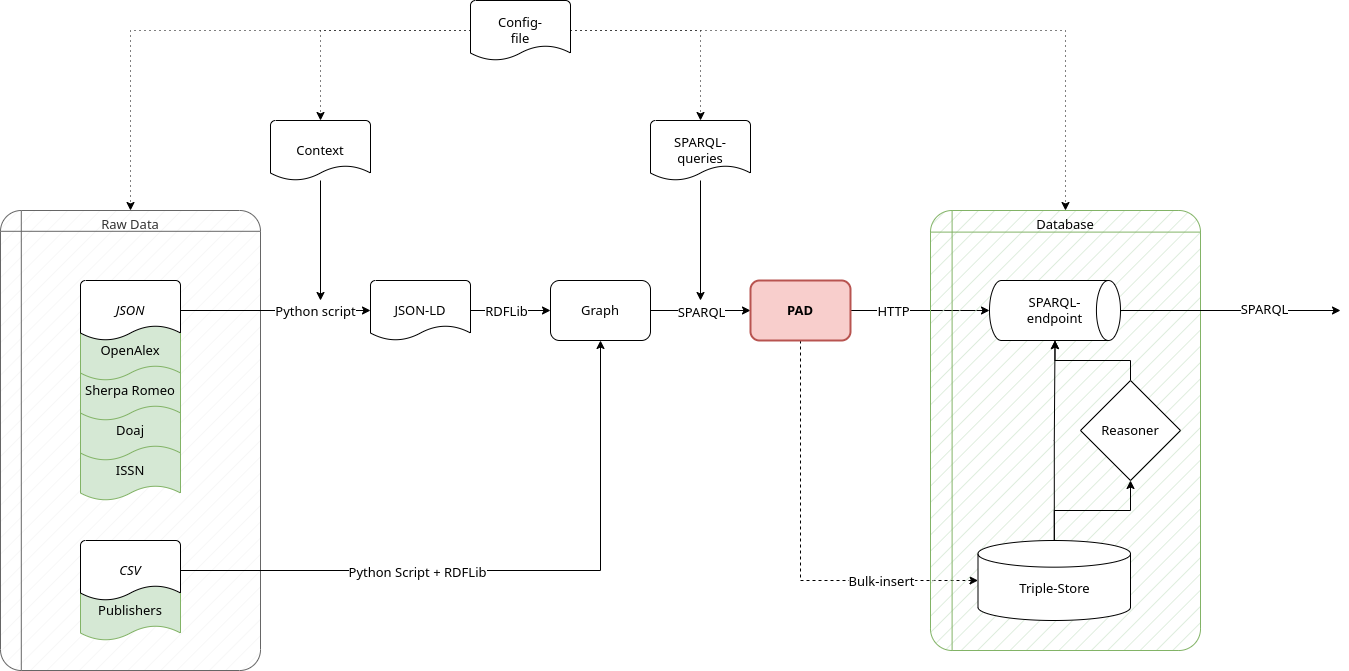
Before: docs/job_prototype-Translation.drawio.png, a diagram exported from draw.io (CWTSLeiden/Journal-Observatory-data). Source tidied: cells renumbered, new cells last; positions are measured from the earlier drawing's top-left corner, leaving out a move shared by most shapes.
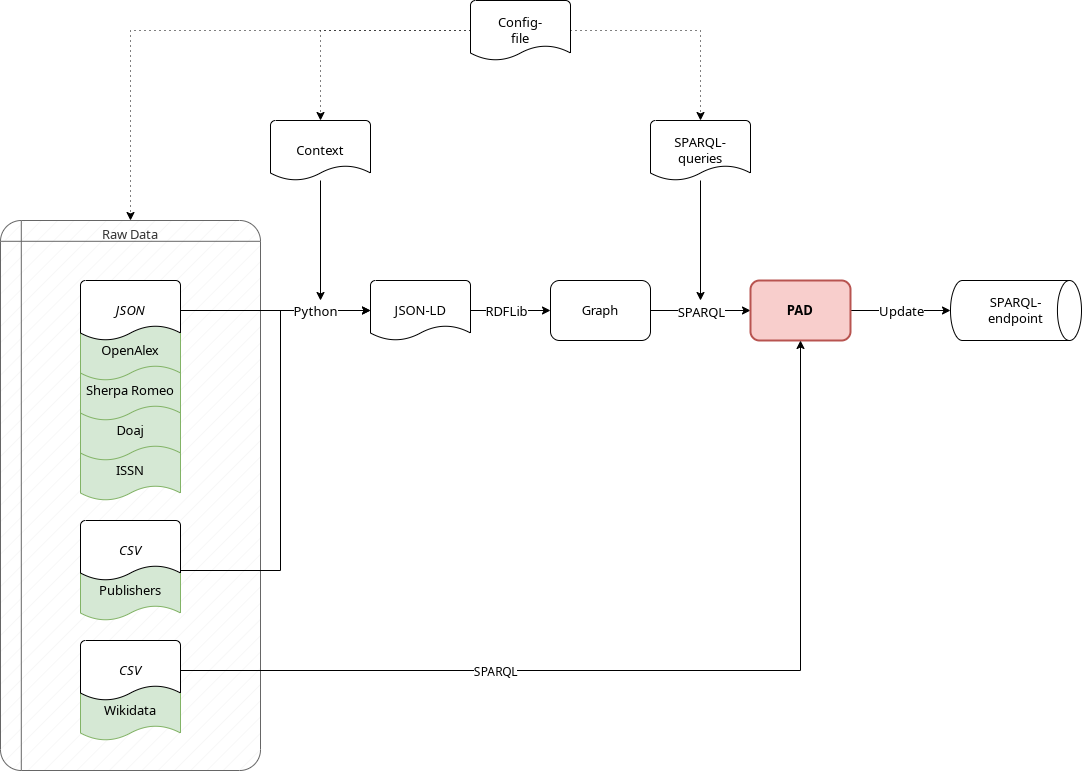
After the change.

Diff of the diagram source:
```diff
@@ -3,19 +3,11 @@
     <mxCell id="0" />
     <mxCell id="1" parent="0" />
     <mxCell id="2" value="&lt;div style=&quot;font-size: 13px;&quot;&gt;&lt;span style=&quot;background-color: initial; font-size: 13px;&quot;&gt;Raw Data&lt;/span&gt;&lt;/div&gt;" style="shape=internalStorage;whiteSpace=wrap;html=1;dx=15;dy=15;rounded=1;arcSize=8;strokeWidth=1;fontFamily=Helvetica;fontSize=13;align=center;verticalAlign=top;fillColor=#f5f5f5;fillStyle=hatch;strokeColor=#666666;fontColor=#333333;fontStyle=0;" parent="1" vertex="1">
-      <mxGeometry y="210" width="260" height="460" as="geometry" />
+      <mxGeometry y="220" width="260" height="550" as="geometry" />
     </mxCell>
     <mxCell id="3" value="Publishers" style="strokeWidth=1;html=1;shape=mxgraph.flowchart.document2;whiteSpace=wrap;size=0.25;fontFamily=Helvetica;fontSize=13;fontStyle=0;fillColor=#d5e8d4;strokeColor=#82b366;" parent="1" vertex="1">
-      <mxGeometry x="80" y="580" width="100" height="60" as="geometry" />
+      <mxGeometry x="80" y="560" width="100" height="60" as="geometry" />
     </mxCell>
-    <mxCell id="4" style="edgeStyle=orthogonalEdgeStyle;rounded=0;jettySize=auto;html=1;fontFamily=Helvetica;fontSize=13;fontStyle=0;" parent="1" edge="1" source="41" target="10">
-      <mxGeometry relative="1" as="geometry" />
-    </mxCell>
-    <mxCell id="5" value="Python script" style="edgeLabel;html=1;align=center;verticalAlign=middle;fontSize=13;fontFamily=Helvetica;fontStyle=0;" parent="4" vertex="1">
-      <mxGeometry x="0.3" relative="1" as="geometry">
-        <mxPoint x="10" as="offset" />
-      </mxGeometry>
-    </mxCell>
     <mxCell id="6" style="edgeStyle=orthogonalEdgeStyle;rounded=0;jettySize=auto;html=1;fontFamily=Helvetica;fontSize=13;fontStyle=0;" parent="1" edge="1" source="7">
       <mxGeometry relative="1" as="geometry">
         <mxPoint x="320" y="300" as="targetPoint" />
@@ -49,9 +41,6 @@
     <mxCell id="14" style="edgeStyle=orthogonalEdgeStyle;rounded=0;jettySize=auto;html=1;fontFamily=Helvetica;fontSize=13;dashed=1;dashPattern=1 4;fontStyle=0;" parent="1" edge="1" source="18" target="2">
       <mxGeometry relative="1" as="geometry" />
     </mxCell>
-    <mxCell id="15" style="edgeStyle=orthogonalEdgeStyle;rounded=0;jettySize=auto;html=1;dashed=1;fontFamily=Helvetica;fontSize=13;dashPattern=1 4;fontStyle=0;" parent="1" edge="1" source="18" target="27">
-      <mxGeometry relative="1" as="geometry" />
-    </mxCell>
     <mxCell id="16" style="edgeStyle=orthogonalEdgeStyle;rounded=0;jettySize=auto;html=1;fontFamily=Helvetica;fontSize=13;dashed=1;dashPattern=1 4;fontStyle=0;" parent="1" edge="1" source="18" target="7">
       <mxGeometry relative="1" as="geometry" />
     </mxCell>
@@ -67,23 +56,11 @@
     <mxCell id="20" style="edgeStyle=orthogonalEdgeStyle;rounded=0;jettySize=auto;html=1;fontFamily=Helvetica;fontSize=13;fontStyle=0;" parent="1" edge="1" source="24" target="29">
       <mxGeometry relative="1" as="geometry" />
     </mxCell>
-    <mxCell id="21" value="HTTP" style="edgeLabel;html=1;align=center;verticalAlign=middle;fontSize=13;fontFamily=Helvetica;fontStyle=0;" parent="20" vertex="1">
+    <mxCell id="21" value="Update" style="edgeLabel;html=1;align=center;verticalAlign=middle;fontSize=13;fontFamily=Helvetica;fontStyle=0;" parent="20" vertex="1">
       <mxGeometry x="-0.25" y="2" relative="1" as="geometry">
-        <mxPoint x="-10" y="2" as="offset" />
+        <mxPoint x="12" y="2" as="offset" />
       </mxGeometry>
     </mxCell>
-    <mxCell id="22" style="edgeStyle=orthogonalEdgeStyle;rounded=0;jettySize=auto;html=1;fontFamily=Helvetica;fontSize=13;dashed=1;fontStyle=0;" parent="1" edge="1" source="24" target="28">
-      <mxGeometry relative="1" as="geometry">
-        <Array as="points">
-          <mxPoint x="800" y="580" />
-        </Array>
-      </mxGeometry>
-    </mxCell>
-    <mxCell id="23" value="Bulk-insert" style="edgeLabel;html=1;align=center;verticalAlign=middle;fontSize=13;fontFamily=Helvetica;fontStyle=0;" parent="22" vertex="1">
-      <mxGeometry x="0.13" y="-3" relative="1" as="geometry">
-        <mxPoint x="83" y="4" as="offset" />
-      </mxGeometry>
-    </mxCell>
     <mxCell id="24" value="PAD" style="rounded=1;whiteSpace=wrap;html=1;fontFamily=Helvetica;fontSize=13;strokeWidth=2;fontStyle=1;fillColor=#f8cecc;strokeColor=#b85450;" parent="1" vertex="1">
       <mxGeometry x="750" y="280" width="100" height="60" as="geometry" />
     </mxCell>
@@ -92,44 +69,16 @@
         <mxPoint x="700" y="300" as="targetPoint" />
       </mxGeometry>
     </mxCell>
-    <mxCell id="26" style="group;fontSize=13;fontStyle=0;" parent="1" vertex="1">
-      <mxGeometry x="930" y="210" width="270" height="440" as="geometry" />
-    </mxCell>
-    <mxCell id="27" value="&lt;div style=&quot;font-size: 13px;&quot;&gt;&lt;span style=&quot;background-color: initial; font-size: 13px;&quot;&gt;Database&lt;/span&gt;&lt;/div&gt;" style="shape=internalStorage;whiteSpace=wrap;html=1;dx=15;dy=15;rounded=1;arcSize=8;strokeWidth=1;fontFamily=Helvetica;fontSize=13;align=center;verticalAlign=top;fillColor=#d5e8d4;fillStyle=hatch;strokeColor=#82b366;fontStyle=0;" parent="26" vertex="1">
-      <mxGeometry width="270" height="440" as="geometry" />
-    </mxCell>
-    <mxCell id="28" value="&lt;br style=&quot;font-size: 13px;&quot;&gt;Triple-Store" style="strokeWidth=1;html=1;shape=mxgraph.flowchart.database;whiteSpace=wrap;fontFamily=Helvetica;fontSize=13;fontStyle=0;" parent="26" vertex="1">
-      <mxGeometry x="47.5" y="330" width="152.5" height="80" as="geometry" />
-    </mxCell>
-    <mxCell id="29" value="SPARQL-&lt;br style=&quot;font-size: 13px;&quot;&gt;endpoint" style="strokeWidth=1;html=1;shape=mxgraph.flowchart.direct_data;whiteSpace=wrap;fontFamily=Helvetica;fontSize=13;fillColor=default;fontStyle=0;" parent="26" vertex="1">
-      <mxGeometry x="59" y="70" width="131" height="60" as="geometry" />
-    </mxCell>
-    <mxCell id="30" style="edgeStyle=orthogonalEdgeStyle;rounded=0;jettySize=auto;html=1;fontFamily=Helvetica;fontSize=13;fontStyle=0;" parent="26" edge="1" source="28" target="29">
-      <mxGeometry relative="1" as="geometry" />
-    </mxCell>
-    <mxCell id="31" style="rounded=0;jettySize=auto;html=1;fontFamily=Helvetica;fontSize=13;edgeStyle=orthogonalEdgeStyle;fontStyle=0;" parent="26" edge="1" source="32" target="29">
-      <mxGeometry relative="1" as="geometry" />
-    </mxCell>
-    <mxCell id="32" value="Reasoner" style="strokeWidth=1;html=1;shape=mxgraph.flowchart.decision;whiteSpace=wrap;fillStyle=auto;fontFamily=Helvetica;fontSize=13;fontStyle=0;" parent="26" vertex="1">
-      <mxGeometry x="150" y="170" width="100" height="100" as="geometry" />
-    </mxCell>
-    <mxCell id="33" style="rounded=0;jettySize=auto;html=1;fontFamily=Helvetica;fontSize=13;edgeStyle=orthogonalEdgeStyle;fontStyle=0;" parent="26" edge="1" source="28" target="32">
-      <mxGeometry relative="1" as="geometry" />
-    </mxCell>
-    <mxCell id="34" style="edgeStyle=orthogonalEdgeStyle;rounded=0;jettySize=auto;html=1;fontFamily=Helvetica;fontSize=13;fontStyle=0;" parent="1" edge="1" source="36" target="13">
+    <mxCell id="34" style="edgeStyle=orthogonalEdgeStyle;rounded=0;jettySize=auto;html=1;fontFamily=Helvetica;fontSize=13;fontStyle=0;" parent="1" edge="1" source="36" target="10">
       <mxGeometry relative="1" as="geometry">
         <Array as="points">
-          <mxPoint x="600" y="570" />
+          <mxPoint x="280" y="570" />
+          <mxPoint x="280" y="310" />
         </Array>
       </mxGeometry>
     </mxCell>
-    <mxCell id="35" value="Python Script + RDFLib" style="edgeLabel;html=1;align=center;verticalAlign=middle;fontSize=13;fontFamily=Helvetica;fontStyle=0;" parent="34" vertex="1">
-      <mxGeometry x="-0.52" y="-1" relative="1" as="geometry">
-        <mxPoint x="80" as="offset" />
-      </mxGeometry>
-    </mxCell>
     <mxCell id="36" value="CSV" style="strokeWidth=1;html=1;shape=mxgraph.flowchart.document2;whiteSpace=wrap;size=0.25;fontFamily=Helvetica;fontSize=13;fontStyle=2;" parent="1" vertex="1">
-      <mxGeometry x="80" y="540" width="100" height="60" as="geometry" />
+      <mxGeometry x="80" y="520" width="100" height="60" as="geometry" />
     </mxCell>
     <mxCell id="37" value="ISSN" style="strokeWidth=1;html=1;shape=mxgraph.flowchart.document2;whiteSpace=wrap;size=0.25;fontFamily=Helvetica;fontSize=13;fontStyle=0;fillColor=#d5e8d4;strokeColor=#82b366;" parent="1" vertex="1">
       <mxGeometry x="80" y="440" width="100" height="60" as="geometry" />
@@ -146,13 +95,28 @@
     <mxCell id="41" value="JSON" style="strokeWidth=1;html=1;shape=mxgraph.flowchart.document2;whiteSpace=wrap;size=0.25;fontFamily=Helvetica;fontSize=13;fontStyle=2;" parent="1" vertex="1">
       <mxGeometry x="80" y="280" width="100" height="60" as="geometry" />
     </mxCell>
-    <mxCell id="42" style="edgeStyle=orthogonalEdgeStyle;rounded=0;jettySize=auto;html=1;fontSize=13;" parent="1" edge="1" source="29">
-      <mxGeometry relative="1" as="geometry">
-        <mxPoint x="1340" y="310" as="targetPoint" />
-      </mxGeometry>
-    </mxCell>
+    <mxCell id="44" value="Wikidata" style="strokeWidth=1;html=1;shape=mxgraph.flowchart.document2;whiteSpace=wrap;size=0.25;fontFamily=Helvetica;fontSize=13;fontStyle=0;fillColor=#d5e8d4;strokeColor=#82b366;" parent="1" vertex="1">
+      <mxGeometry x="80" y="680" width="100" height="60" as="geometry" />
+    </mxCell>
+    <mxCell id="45" style="edgeStyle=orthogonalEdgeStyle;rounded=0;jettySize=auto;html=1;" parent="1" edge="1" source="46" target="24">
+      <mxGeometry relative="1" as="geometry" />
+    </mxCell>
-    <mxCell id="43" value="SPARQL" style="edgeLabel;html=1;align=center;verticalAlign=middle;fontSize=13;" parent="42" vertex="1">
-      <mxGeometry x="0.3" y="2" relative="1" as="geometry" />
+    <mxCell id="43" value="SPARQL" style="edgeLabel;html=1;align=center;verticalAlign=middle;fontSize=12;" parent="45" vertex="1">
+      <mxGeometry x="-0.34" y="-1" relative="1" as="geometry" />
     </mxCell>
+    <mxCell id="46" value="CSV" style="strokeWidth=1;html=1;shape=mxgraph.flowchart.document2;whiteSpace=wrap;size=0.25;fontFamily=Helvetica;fontSize=13;fontStyle=2;" parent="1" vertex="1">
+      <mxGeometry x="80" y="640" width="100" height="60" as="geometry" />
+    </mxCell>
+    <mxCell id="29" value="SPARQL-&lt;br style=&quot;font-size: 13px;&quot;&gt;endpoint" style="strokeWidth=1;html=1;shape=mxgraph.flowchart.direct_data;whiteSpace=wrap;fontFamily=Helvetica;fontSize=13;fillColor=default;fontStyle=0;" parent="1" vertex="1">
+      <mxGeometry x="950" y="280" width="131" height="60" as="geometry" />
+    </mxCell>
+    <mxCell id="4" style="edgeStyle=orthogonalEdgeStyle;rounded=0;jettySize=auto;html=1;fontFamily=Helvetica;fontSize=13;fontStyle=0;" parent="1" edge="1" source="41" target="10">
+      <mxGeometry relative="1" as="geometry" />
+    </mxCell>
+    <mxCell id="5" value="Python" style="edgeLabel;html=1;align=center;verticalAlign=middle;fontSize=13;fontFamily=Helvetica;fontStyle=0;" parent="4" vertex="1">
+      <mxGeometry x="0.3" relative="1" as="geometry">
+        <mxPoint x="10" as="offset" />
+      </mxGeometry>
+    </mxCell>
   </root>
 </mxGraphModel>
```
